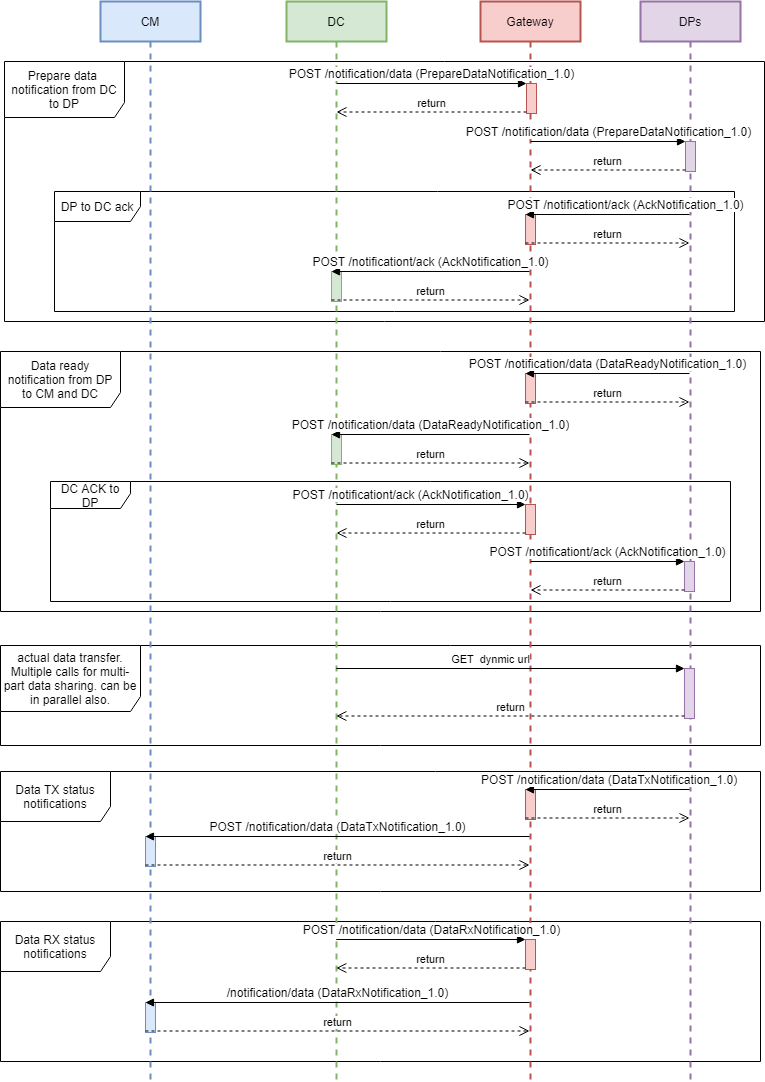
Above: seqDiagram/dataFlow.png in iSPIRT/DEPA (draw.io), before the change. Source tidied: cells renumbered, new cells last; positions are measured from the earlier drawing's top-left corner, leaving out a move shared by most shapes.
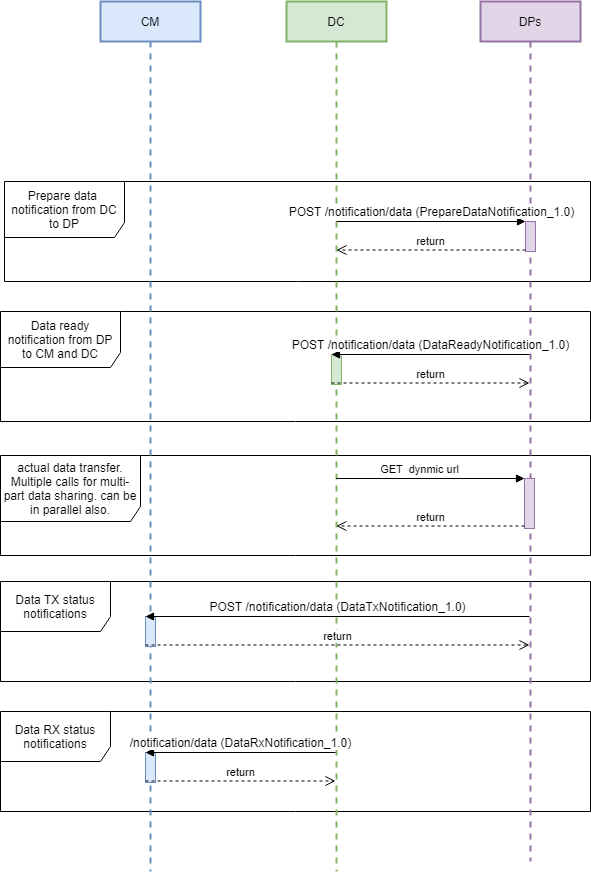
Later version of the same file.

Change to the diagram source:
```diff
@@ -2,191 +2,86 @@
   <root>
     <mxCell id="0" />
     <mxCell id="1" parent="0" />
+    <mxCell id="24" value="Data TX status notifications" style="shape=umlFrame;whiteSpace=wrap;html=1;width=110;height=50;" parent="1" vertex="1">
+      <mxGeometry y="580" width="590" height="100" as="geometry" />
+    </mxCell>
     <mxCell id="2" value="Prepare data&amp;nbsp; notification from DC to DP" style="shape=umlFrame;whiteSpace=wrap;html=1;width=120;height=56;" parent="1" vertex="1">
-      <mxGeometry x="4" y="60" width="760" height="260" as="geometry" />
+      <mxGeometry x="4" y="180" width="586" height="100" as="geometry" />
     </mxCell>
-    <mxCell id="3" value="DP to DC ack" style="shape=umlFrame;whiteSpace=wrap;html=1;width=86;height=30;" parent="1" vertex="1">
-      <mxGeometry x="54" y="190" width="680" height="120" as="geometry" />
-    </mxCell>
     <mxCell id="4" value="Data ready notification from DP to CM and DC" style="shape=umlFrame;whiteSpace=wrap;html=1;width=120;height=56;" parent="1" vertex="1">
-      <mxGeometry y="350" width="760" height="260" as="geometry" />
+      <mxGeometry y="310" width="590" height="110" as="geometry" />
     </mxCell>
-    <mxCell id="5" value="DC ACK to DP" style="shape=umlFrame;whiteSpace=wrap;html=1;width=80;height=27;" parent="1" vertex="1">
-      <mxGeometry x="50" y="480" width="680" height="120" as="geometry" />
-    </mxCell>
     <mxCell id="6" value="Data RX status notifications" style="shape=umlFrame;whiteSpace=wrap;html=1;width=110;height=50;" parent="1" vertex="1">
-      <mxGeometry y="920" width="760" height="140" as="geometry" />
+      <mxGeometry y="710" width="590" height="100" as="geometry" />
     </mxCell>
     <mxCell id="7" value="actual data transfer. Multiple calls for multi-part data sharing. can be in parallel also." style="shape=umlFrame;whiteSpace=wrap;html=1;width=140;height=66;" parent="1" vertex="1">
-      <mxGeometry y="644" width="760" height="100" as="geometry" />
+      <mxGeometry y="454" width="590" height="100" as="geometry" />
     </mxCell>
     <mxCell id="8" value="CM" style="shape=umlLifeline;perimeter=lifelinePerimeter;whiteSpace=wrap;html=1;fillColor=#dae8fc;strokeColor=#6c8ebf;strokeWidth=2;" parent="1" vertex="1">
-      <mxGeometry x="100" width="100" height="1080" as="geometry" />
+      <mxGeometry x="100" width="100" height="870" as="geometry" />
     </mxCell>
     <mxCell id="9" value="DC" style="shape=umlLifeline;perimeter=lifelinePerimeter;whiteSpace=wrap;html=1;outlineConnect=0;strokeWidth=2;fillColor=#d5e8d4;strokeColor=#82b366;" parent="1" vertex="1">
-      <mxGeometry x="286" width="100" height="1080" as="geometry" />
+      <mxGeometry x="286" width="100" height="870" as="geometry" />
     </mxCell>
     <mxCell id="10" style="html=1;points=[];perimeter=orthogonalPerimeter;fillColor=#d5e8d4;strokeColor=#82b366;" parent="9" vertex="1">
-      <mxGeometry x="45" y="433" width="10" height="30" as="geometry" />
+      <mxGeometry x="45" y="353" width="10" height="30" as="geometry" />
     </mxCell>
-    <mxCell id="11" value="Gateway" style="shape=umlLifeline;perimeter=lifelinePerimeter;whiteSpace=wrap;html=1;outlineConnect=0;fillColor=#f8cecc;strokeColor=#b85450;strokeWidth=2;" parent="1" vertex="1">
-      <mxGeometry x="480" width="100" height="1080" as="geometry" />
-    </mxCell>
-    <mxCell id="12" style="html=1;points=[];perimeter=orthogonalPerimeter;fillColor=#f8cecc;strokeColor=#b85450;" parent="11" vertex="1">
-      <mxGeometry x="45" y="372" width="10" height="30" as="geometry" />
-    </mxCell>
-    <mxCell id="13" style="html=1;points=[];perimeter=orthogonalPerimeter;fillColor=#f8cecc;strokeColor=#b85450;" parent="11" vertex="1">
-      <mxGeometry x="45" y="503" width="10" height="30" as="geometry" />
-    </mxCell>
     <mxCell id="14" value="DPs" style="shape=umlLifeline;perimeter=lifelinePerimeter;whiteSpace=wrap;html=1;outlineConnect=0;fillColor=#e1d5e7;strokeColor=#9673a6;strokeWidth=2;" parent="1" vertex="1">
-      <mxGeometry x="640" width="100" height="1080" as="geometry" />
+      <mxGeometry x="480" width="100" height="860" as="geometry" />
     </mxCell>
     <mxCell id="15" style="html=1;points=[];perimeter=orthogonalPerimeter;fillColor=#e1d5e7;strokeColor=#9673a6;" parent="14" vertex="1">
-      <mxGeometry x="44" y="667" width="10" height="50" as="geometry" />
+      <mxGeometry x="44" y="477" width="10" height="50" as="geometry" />
     </mxCell>
-    <mxCell id="16" style="html=1;points=[];perimeter=orthogonalPerimeter;fillColor=#e1d5e7;strokeColor=#9673a6;" parent="14" vertex="1">
-      <mxGeometry x="44" y="560" width="10" height="30" as="geometry" />
-    </mxCell>
     <mxCell id="17" style="html=1;points=[];perimeter=orthogonalPerimeter;fillColor=#e1d5e7;strokeColor=#9673a6;" parent="14" vertex="1">
-      <mxGeometry x="45" y="140" width="10" height="30" as="geometry" />
+      <mxGeometry x="45" y="220" width="10" height="30" as="geometry" />
     </mxCell>
-    <mxCell id="18" value="&lt;span style=&quot;font-size: 12px&quot;&gt;POST /notification/data (DataReadyNotification_1.0)&lt;/span&gt;" style="html=1;verticalAlign=bottom;endArrow=block;entryX=0;entryY=0;" parent="1" edge="1" target="12">
-      <mxGeometry relative="1" as="geometry">
-        <mxPoint x="689" y="372" as="sourcePoint" />
-      </mxGeometry>
-    </mxCell>
-    <mxCell id="19" value="return" style="html=1;verticalAlign=bottom;endArrow=open;dashed=1;endSize=8;exitX=0;exitY=0.95;" parent="1" edge="1" source="12">
-      <mxGeometry relative="1" as="geometry">
-        <mxPoint x="689" y="400.5" as="targetPoint" />
-      </mxGeometry>
-    </mxCell>
-    <mxCell id="20" value="&lt;span style=&quot;font-size: 12px&quot;&gt;POST /notification/data&amp;nbsp;&lt;/span&gt;&lt;span style=&quot;font-size: 12px&quot;&gt;(DataReadyNotification_1.0)&lt;/span&gt;&lt;span style=&quot;font-size: 12px&quot;&gt;&lt;br&gt;&lt;/span&gt;" style="html=1;verticalAlign=bottom;endArrow=block;entryX=0;entryY=0;" parent="1" edge="1" target="10">
-      <mxGeometry relative="1" as="geometry">
-        <mxPoint x="529" y="433" as="sourcePoint" />
-      </mxGeometry>
+    <mxCell id="20" value="&lt;span style=&quot;font-size: 12px&quot;&gt;POST /notification/data&amp;nbsp;&lt;/span&gt;&lt;span style=&quot;font-size: 12px&quot;&gt;(DataReadyNotification_1.0)&lt;/span&gt;&lt;span style=&quot;font-size: 12px&quot;&gt;&lt;br&gt;&lt;/span&gt;" style="html=1;verticalAlign=bottom;endArrow=block;entryX=0;entryY=0;" parent="1" edge="1" source="14" target="10">
+      <mxGeometry relative="1" as="geometry" />
     </mxCell>
-    <mxCell id="21" value="return" style="html=1;verticalAlign=bottom;endArrow=open;dashed=1;endSize=8;exitX=0;exitY=0.95;" parent="1" edge="1" source="10">
-      <mxGeometry relative="1" as="geometry">
-        <mxPoint x="529" y="461.5" as="targetPoint" />
-      </mxGeometry>
+    <mxCell id="21" value="return" style="html=1;verticalAlign=bottom;endArrow=open;dashed=1;endSize=8;exitX=0;exitY=0.95;" parent="1" edge="1" source="10" target="14">
+      <mxGeometry relative="1" as="geometry" />
     </mxCell>
     <mxCell id="22" value="GET&amp;nbsp; dynmic url" style="html=1;verticalAlign=bottom;endArrow=block;entryX=0;entryY=0;" parent="1" edge="1" target="15">
       <mxGeometry x="-0.11" relative="1" as="geometry">
-        <mxPoint x="335.8" y="667" as="sourcePoint" />
+        <mxPoint x="335.8" y="477" as="sourcePoint" />
       </mxGeometry>
     </mxCell>
     <mxCell id="23" value="return" style="html=1;verticalAlign=bottom;endArrow=open;dashed=1;endSize=8;exitX=0;exitY=0.95;" parent="1" edge="1" source="15">
       <mxGeometry relative="1" as="geometry">
-        <mxPoint x="335.8" y="714.5" as="targetPoint" />
+        <mxPoint x="335.8" y="524.5" as="targetPoint" />
       </mxGeometry>
     </mxCell>
-    <mxCell id="24" value="Data TX status notifications" style="shape=umlFrame;whiteSpace=wrap;html=1;width=110;height=50;" parent="1" vertex="1">
-      <mxGeometry y="770" width="760" height="120" as="geometry" />
-    </mxCell>
     <mxCell id="25" style="html=1;points=[];perimeter=orthogonalPerimeter;fillColor=#dae8fc;strokeColor=#6c8ebf;" parent="1" vertex="1">
-      <mxGeometry x="145" y="835" width="10" height="30" as="geometry" />
+      <mxGeometry x="145" y="615" width="10" height="30" as="geometry" />
     </mxCell>
-    <mxCell id="26" style="html=1;points=[];perimeter=orthogonalPerimeter;fillColor=#f8cecc;strokeColor=#b85450;" parent="1" vertex="1">
-      <mxGeometry x="525" y="788" width="10" height="30" as="geometry" />
-    </mxCell>
-    <mxCell id="27" value="&lt;span style=&quot;font-size: 12px&quot;&gt;&amp;nbsp;POST /notification/data (DataTxNotification_1.0)&lt;/span&gt;" style="html=1;verticalAlign=bottom;endArrow=block;entryX=0;entryY=0;" parent="1" edge="1" target="26">
-      <mxGeometry relative="1" as="geometry">
-        <mxPoint x="689" y="788" as="sourcePoint" />
-      </mxGeometry>
-    </mxCell>
-    <mxCell id="28" value="return" style="html=1;verticalAlign=bottom;endArrow=open;dashed=1;endSize=8;exitX=0;exitY=0.95;" parent="1" edge="1" source="26">
-      <mxGeometry relative="1" as="geometry">
-        <mxPoint x="689" y="816.5" as="targetPoint" />
-      </mxGeometry>
-    </mxCell>
-    <mxCell id="29" value="&lt;span style=&quot;font-size: 12px&quot;&gt;POST /notification/data&amp;nbsp;&lt;/span&gt;&lt;span style=&quot;font-size: 12px&quot;&gt;(DataTxNotification_1.0)&lt;/span&gt;" style="html=1;verticalAlign=bottom;endArrow=block;entryX=0;entryY=0;" parent="1" edge="1" target="25">
-      <mxGeometry relative="1" as="geometry">
-        <mxPoint x="529" y="835" as="sourcePoint" />
-      </mxGeometry>
+    <mxCell id="29" value="&lt;span style=&quot;font-size: 12px&quot;&gt;POST /notification/data&amp;nbsp;&lt;/span&gt;&lt;span style=&quot;font-size: 12px&quot;&gt;(DataTxNotification_1.0)&lt;/span&gt;" style="html=1;verticalAlign=bottom;endArrow=block;entryX=0;entryY=0;" parent="1" edge="1" source="14" target="25">
+      <mxGeometry relative="1" as="geometry" />
     </mxCell>
-    <mxCell id="30" value="return" style="html=1;verticalAlign=bottom;endArrow=open;dashed=1;endSize=8;exitX=0;exitY=0.95;" parent="1" edge="1" source="25">
-      <mxGeometry relative="1" as="geometry">
-        <mxPoint x="529" y="863.5" as="targetPoint" />
-      </mxGeometry>
+    <mxCell id="30" value="return" style="html=1;verticalAlign=bottom;endArrow=open;dashed=1;endSize=8;exitX=0;exitY=0.95;" parent="1" edge="1" source="25" target="14">
+      <mxGeometry relative="1" as="geometry" />
     </mxCell>
     <mxCell id="31" style="html=1;points=[];perimeter=orthogonalPerimeter;fillColor=#dae8fc;strokeColor=#6c8ebf;" parent="1" vertex="1">
-      <mxGeometry x="145" y="1001" width="10" height="30" as="geometry" />
+      <mxGeometry x="145" y="751" width="10" height="30" as="geometry" />
     </mxCell>
-    <mxCell id="32" style="html=1;points=[];perimeter=orthogonalPerimeter;fillColor=#f8cecc;strokeColor=#b85450;" parent="1" vertex="1">
-      <mxGeometry x="525" y="938" width="10" height="30" as="geometry" />
-    </mxCell>
-    <mxCell id="33" value="&lt;span style=&quot;font-size: 12px&quot;&gt;POST /notification/data (DataRxNotification_1.0)&lt;/span&gt;" style="html=1;verticalAlign=bottom;endArrow=block;entryX=0;entryY=0;" parent="1" edge="1" target="32">
-      <mxGeometry relative="1" as="geometry">
-        <mxPoint x="335.8" y="938" as="sourcePoint" />
-      </mxGeometry>
-    </mxCell>
-    <mxCell id="34" value="return" style="html=1;verticalAlign=bottom;endArrow=open;dashed=1;endSize=8;exitX=0;exitY=0.95;" parent="1" edge="1" source="32">
-      <mxGeometry relative="1" as="geometry">
-        <mxPoint x="335.8" y="966.5" as="targetPoint" />
-      </mxGeometry>
-    </mxCell>
     <mxCell id="35" value="&lt;span style=&quot;font-size: 12px&quot;&gt;/notification/data&amp;nbsp;&lt;/span&gt;&lt;span style=&quot;font-size: 12px&quot;&gt;(DataRxNotification_1.0)&lt;/span&gt;" style="html=1;verticalAlign=bottom;endArrow=block;entryX=0;entryY=0;" parent="1" edge="1" target="31">
       <mxGeometry relative="1" as="geometry">
-        <mxPoint x="529" y="1001" as="sourcePoint" />
+        <mxPoint x="335" y="751" as="sourcePoint" />
       </mxGeometry>
     </mxCell>
     <mxCell id="36" value="return" style="html=1;verticalAlign=bottom;endArrow=open;dashed=1;endSize=8;exitX=0;exitY=0.95;" parent="1" edge="1" source="31">
       <mxGeometry relative="1" as="geometry">
-        <mxPoint x="529" y="1029.5" as="targetPoint" />
+        <mxPoint x="335" y="779.5" as="targetPoint" />
       </mxGeometry>
     </mxCell>
-    <mxCell id="37" value="&lt;span style=&quot;font-size: 12px&quot;&gt;POST /notificationt/ack (AckNotification_1.0)&lt;/span&gt;" style="html=1;verticalAlign=bottom;endArrow=block;entryX=0;entryY=0;" parent="1" edge="1" target="16">
-      <mxGeometry relative="1" as="geometry">
-        <mxPoint x="530" y="560" as="sourcePoint" />
-      </mxGeometry>
-    </mxCell>
-    <mxCell id="38" value="return" style="html=1;verticalAlign=bottom;endArrow=open;dashed=1;endSize=8;exitX=0;exitY=0.95;" parent="1" edge="1" source="16">
-      <mxGeometry relative="1" as="geometry">
-        <mxPoint x="530" y="588.5" as="targetPoint" />
-      </mxGeometry>
-    </mxCell>
-    <mxCell id="39" value="&lt;span style=&quot;font-size: 12px&quot;&gt;POST /notificationt/ack (AckNotification_1.0)&lt;/span&gt;" style="html=1;verticalAlign=bottom;endArrow=block;entryX=0;entryY=0;" parent="1" edge="1" target="13">
-      <mxGeometry x="-0.22" relative="1" as="geometry">
-        <mxPoint x="336" y="503" as="sourcePoint" />
-      </mxGeometry>
-    </mxCell>
-    <mxCell id="40" value="return" style="html=1;verticalAlign=bottom;endArrow=open;dashed=1;endSize=8;exitX=0;exitY=0.95;" parent="1" edge="1" source="13">
-      <mxGeometry relative="1" as="geometry">
-        <mxPoint x="336" y="531.5" as="targetPoint" />
-      </mxGeometry>
-    </mxCell>
-    <mxCell id="41" style="html=1;points=[];perimeter=orthogonalPerimeter;fillColor=#f8cecc;strokeColor=#b85450;" parent="1" vertex="1">
-      <mxGeometry x="526" y="82" width="10" height="30" as="geometry" />
-    </mxCell>
-    <mxCell id="42" style="html=1;points=[];perimeter=orthogonalPerimeter;fillColor=#f8cecc;strokeColor=#b85450;" parent="1" vertex="1">
-      <mxGeometry x="525" y="213" width="10" height="30" as="geometry" />
-    </mxCell>
-    <mxCell id="43" style="html=1;points=[];perimeter=orthogonalPerimeter;fillColor=#d5e8d4;strokeColor=#82b366;" parent="1" vertex="1">
-      <mxGeometry x="331" y="270" width="10" height="30" as="geometry" />
-    </mxCell>
-    <mxCell id="44" value="&lt;span style=&quot;font-size: 12px&quot;&gt;POST /notification/data (PrepareDataNotification_1.0)&lt;/span&gt;" style="html=1;verticalAlign=bottom;endArrow=block;entryX=0;entryY=0;" parent="1" edge="1" source="9" target="41">
-      <mxGeometry relative="1" as="geometry" />
-    </mxCell>
-    <mxCell id="45" value="return" style="html=1;verticalAlign=bottom;endArrow=open;dashed=1;endSize=8;exitX=0;exitY=0.95;" parent="1" edge="1" source="41" target="9">
-      <mxGeometry relative="1" as="geometry" />
-    </mxCell>
-    <mxCell id="46" value="&lt;span style=&quot;font-size: 12px&quot;&gt;POST /notification/data&amp;nbsp;&lt;/span&gt;&lt;span style=&quot;font-size: 12px&quot;&gt;(PrepareDataNotification_1.0)&lt;/span&gt;&lt;span style=&quot;font-size: 12px&quot;&gt;&lt;br&gt;&lt;/span&gt;" style="html=1;verticalAlign=bottom;endArrow=block;entryX=0;entryY=0;" parent="1" edge="1" source="11" target="17">
-      <mxGeometry relative="1" as="geometry" />
+    <mxCell id="46" value="&lt;span style=&quot;font-size: 12px&quot;&gt;POST /notification/data&amp;nbsp;&lt;/span&gt;&lt;span style=&quot;font-size: 12px&quot;&gt;(PrepareDataNotification_1.0)&lt;/span&gt;&lt;span style=&quot;font-size: 12px&quot;&gt;&lt;br&gt;&lt;/span&gt;" style="html=1;verticalAlign=bottom;endArrow=block;entryX=0;entryY=0;" parent="1" edge="1" target="17">
+      <mxGeometry relative="1" as="geometry">
+        <mxPoint x="336" y="220" as="sourcePoint" />
+      </mxGeometry>
     </mxCell>
-    <mxCell id="47" value="return" style="html=1;verticalAlign=bottom;endArrow=open;dashed=1;endSize=8;exitX=0;exitY=0.95;" parent="1" edge="1" source="17" target="11">
-      <mxGeometry relative="1" as="geometry" />
+    <mxCell id="47" value="return" style="html=1;verticalAlign=bottom;endArrow=open;dashed=1;endSize=8;exitX=0;exitY=0.95;" parent="1" edge="1" source="17">
+      <mxGeometry relative="1" as="geometry">
+        <mxPoint x="336" y="248.5" as="targetPoint" />
+      </mxGeometry>
     </mxCell>
-    <mxCell id="48" value="&lt;span style=&quot;font-size: 12px&quot;&gt;POST /notificationt/ack (AckNotification_1.0)&lt;/span&gt;" style="html=1;verticalAlign=bottom;endArrow=block;entryX=0;entryY=0;" parent="1" edge="1" source="11" target="43">
-      <mxGeometry relative="1" as="geometry" />
-    </mxCell>
-    <mxCell id="49" value="return" style="html=1;verticalAlign=bottom;endArrow=open;dashed=1;endSize=8;exitX=0;exitY=0.95;" parent="1" edge="1" source="43" target="11">
-      <mxGeometry relative="1" as="geometry" />
-    </mxCell>
-    <mxCell id="50" value="&lt;span style=&quot;font-size: 12px&quot;&gt;POST /notificationt/ack (AckNotification_1.0)&lt;/span&gt;" style="html=1;verticalAlign=bottom;endArrow=block;entryX=0;entryY=0;" parent="1" edge="1" source="14" target="42">
-      <mxGeometry x="-0.22" relative="1" as="geometry" />
-    </mxCell>
-    <mxCell id="51" value="return" style="html=1;verticalAlign=bottom;endArrow=open;dashed=1;endSize=8;exitX=0;exitY=0.95;" parent="1" edge="1" source="42" target="14">
-      <mxGeometry relative="1" as="geometry" />
-    </mxCell>
   </root>
 </mxGraphModel>
```
